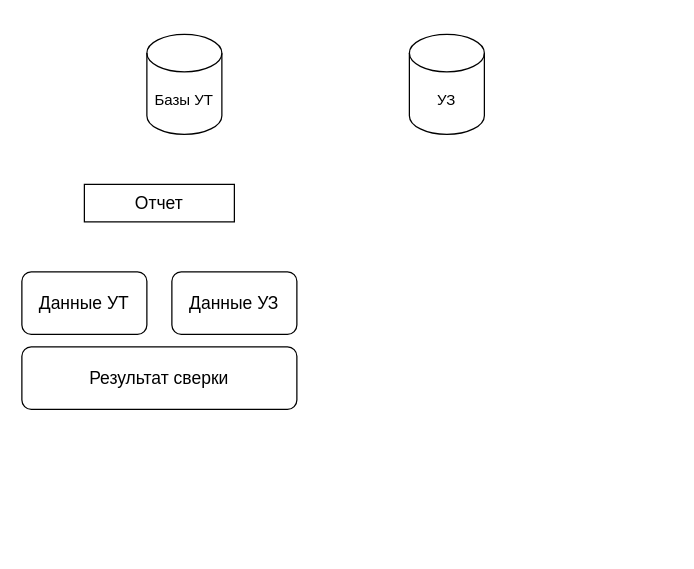
Earlier version of the draw.io diagram SchemeComparePayments_UT_UZ.drawio (GerasimenkoVV/TestGit). Source tidied: cells renumbered, new cells numbered last; positions are measured from the earlier drawing's top-left corner, leaving out a move shared by most shapes. Both pictures are drawn from the tidied source at 125%, with x=0, y=0 at pixel (21, 34).
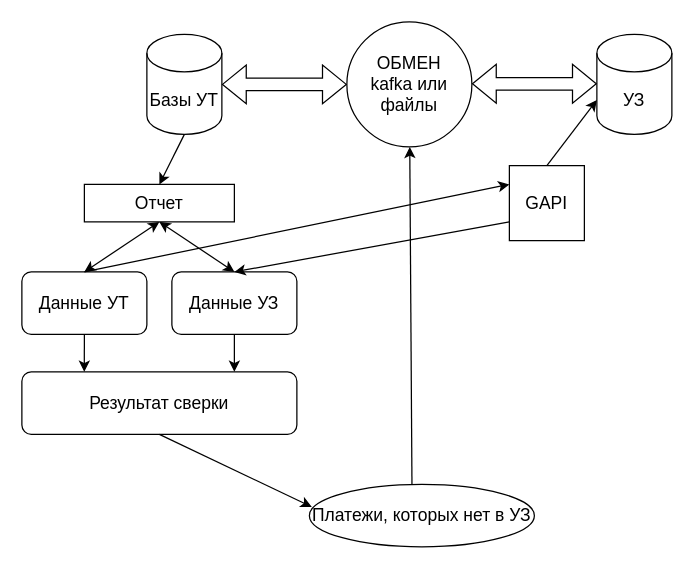
The same page after the edit.

Unchanged cells that the change refers to:
```xml
<mxCell id="4" value="Отчет&lt;br&gt;" style="rounded=0;whiteSpace=wrap;html=1;fontSize=14;" parent="1" vertex="1">
  <mxGeometry x="50" y="120" width="120" height="30" as="geometry" />
</mxCell>
<mxCell id="5" value="Данные УТ&lt;br&gt;" style="rounded=1;whiteSpace=wrap;html=1;fontSize=14;" parent="1" vertex="1">
  <mxGeometry y="190" width="100" height="50" as="geometry" />
</mxCell>
<mxCell id="6" value="Данные УЗ" style="rounded=1;whiteSpace=wrap;html=1;fontSize=14;" parent="1" vertex="1">
  <mxGeometry x="120" y="190" width="100" height="50" as="geometry" />
</mxCell>
```

What changed in the source:
```diff
@@
-    <mxCell id="2" value="Базы УТ&lt;br&gt;" style="shape=cylinder3;whiteSpace=wrap;html=1;boundedLbl=1;backgroundOutline=1;size=15;" parent="1" vertex="1">
+    <mxCell id="2" value="&lt;font style=&quot;font-size: 14px;&quot;&gt;Базы УТ&lt;/font&gt;" style="shape=cylinder3;whiteSpace=wrap;html=1;boundedLbl=1;backgroundOutline=1;size=15;" parent="1" vertex="1">
       <mxGeometry x="100" width="60" height="80" as="geometry" />
     </mxCell>
-    <mxCell id="3" value="УЗ&lt;br&gt;" style="shape=cylinder3;whiteSpace=wrap;html=1;boundedLbl=1;backgroundOutline=1;size=15;" parent="1" vertex="1">
-      <mxGeometry x="310" width="60" height="80" as="geometry" />
+    <mxCell id="3" value="&lt;font style=&quot;font-size: 14px;&quot;&gt;УЗ&lt;/font&gt;" style="shape=cylinder3;whiteSpace=wrap;html=1;boundedLbl=1;backgroundOutline=1;size=15;" parent="1" vertex="1">
+      <mxGeometry x="460" width="60" height="80" as="geometry" />
     </mxCell>
@@
     <mxCell id="7" value="Результат сверки" style="rounded=1;whiteSpace=wrap;html=1;fontSize=14;" parent="1" vertex="1">
-      <mxGeometry y="250" width="220" height="50" as="geometry" />
+      <mxGeometry y="270" width="220" height="50" as="geometry" />
     </mxCell>
+    <mxCell id="8" value="Платежи, которых нет в УЗ&lt;br&gt;" style="ellipse;whiteSpace=wrap;html=1;fontSize=14;" parent="1" vertex="1">
+      <mxGeometry x="230" y="360" width="180" height="50" as="geometry" />
+    </mxCell>
+    <mxCell id="9" value="ОБМЕН&lt;br&gt;kafka или файлы" style="ellipse;whiteSpace=wrap;html=1;fontSize=14;" parent="1" vertex="1">
+      <mxGeometry x="260" y="-10" width="100" height="100" as="geometry" />
+    </mxCell>
+    <mxCell id="10" value="GAPI" style="whiteSpace=wrap;html=1;fontSize=14;" parent="1" vertex="1">
+      <mxGeometry x="390" y="105" width="60" height="60" as="geometry" />
+    </mxCell>
+    <mxCell id="11" style="endArrow=classic;html=1;rounded=0;fontSize=14;entryX=0;entryY=0.25;entryDx=0;entryDy=0;exitX=0.5;exitY=0;exitDx=0;exitDy=0;" parent="1" edge="1" source="5" target="10">
+      <mxGeometry relative="1" as="geometry" />
+    </mxCell>
+    <mxCell id="12" style="endArrow=classic;html=1;rounded=0;fontSize=14;entryX=0.5;entryY=0;entryDx=0;entryDy=0;exitX=0;exitY=0.75;exitDx=0;exitDy=0;" parent="1" edge="1" source="10" target="6">
+      <mxGeometry relative="1" as="geometry" />
+    </mxCell>
+    <mxCell id="13" style="endArrow=classic;html=1;rounded=0;fontSize=14;" parent="1" edge="1" target="5">
+      <mxGeometry relative="1" as="geometry">
+        <mxPoint x="25" y="240" as="sourcePoint" />
+      </mxGeometry>
+    </mxCell>
+    <mxCell id="14" style="endArrow=classic;html=1;rounded=0;fontSize=14;exitX=0.5;exitY=0;exitDx=0;exitDy=0;entryX=0;entryY=0;entryDx=0;entryDy=52.5;entryPerimeter=0;" parent="1" edge="1" source="10" target="3">
+      <mxGeometry relative="1" as="geometry" />
+    </mxCell>
+    <mxCell id="15" style="endArrow=classic;html=1;rounded=0;fontSize=14;exitX=0.456;exitY=0;exitDx=0;exitDy=0;exitPerimeter=0;" parent="1" edge="1" source="8" target="9">
+      <mxGeometry relative="1" as="geometry" />
+    </mxCell>
+    <mxCell id="16" style="shape=flexArrow;endArrow=classic;startArrow=classic;html=1;rounded=0;fontSize=14;entryX=0;entryY=0.5;entryDx=0;entryDy=0;" parent="1" edge="1" target="9">
+      <mxGeometry relative="1" as="geometry">
+        <mxPoint x="160" y="40" as="sourcePoint" />
+      </mxGeometry>
+    </mxCell>
+    <mxCell id="17" style="shape=flexArrow;endArrow=classic;startArrow=classic;html=1;rounded=0;fontSize=14;entryX=0;entryY=0.5;entryDx=0;entryDy=0;" parent="1" edge="1">
+      <mxGeometry relative="1" as="geometry">
+        <mxPoint x="360" y="39.5" as="sourcePoint" />
+        <mxPoint x="460" y="39.5" as="targetPoint" />
+      </mxGeometry>
+    </mxCell>
+    <mxCell id="18" style="endArrow=classic;html=1;rounded=0;fontSize=14;entryX=0.011;entryY=0.36;entryDx=0;entryDy=0;entryPerimeter=0;exitX=0.5;exitY=1;exitDx=0;exitDy=0;" parent="1" edge="1" source="7" target="8">
+      <mxGeometry relative="1" as="geometry" />
+    </mxCell>
+    <mxCell id="19" style="endArrow=classic;html=1;rounded=0;fontSize=14;exitX=0.5;exitY=1;exitDx=0;exitDy=0;" parent="1" edge="1" source="6">
+      <mxGeometry relative="1" as="geometry">
+        <mxPoint x="170" y="270" as="targetPoint" />
+      </mxGeometry>
+    </mxCell>
+    <mxCell id="20" style="endArrow=classic;html=1;rounded=0;fontSize=14;exitX=0.5;exitY=1;exitDx=0;exitDy=0;entryX=0.227;entryY=0;entryDx=0;entryDy=0;entryPerimeter=0;" parent="1" edge="1" source="5" target="7">
+      <mxGeometry relative="1" as="geometry" />
+    </mxCell>
+    <mxCell id="21" style="endArrow=classic;html=1;rounded=0;fontSize=14;exitX=0.5;exitY=1;exitDx=0;exitDy=0;exitPerimeter=0;entryX=0.5;entryY=0;entryDx=0;entryDy=0;" parent="1" edge="1" source="2" target="4">
+      <mxGeometry relative="1" as="geometry" />
+    </mxCell>
+    <mxCell id="22" style="endArrow=classic;startArrow=classic;html=1;rounded=0;fontSize=14;exitX=0.5;exitY=1;exitDx=0;exitDy=0;entryX=0.5;entryY=0;entryDx=0;entryDy=0;" parent="1" edge="1" source="4" target="5">
+      <mxGeometry relative="1" as="geometry" />
+    </mxCell>
+    <mxCell id="23" style="endArrow=classic;startArrow=classic;html=1;rounded=0;fontSize=14;entryX=0.5;entryY=1;entryDx=0;entryDy=0;exitX=0.5;exitY=0;exitDx=0;exitDy=0;" parent="1" edge="1" source="6" target="4">
+      <mxGeometry relative="1" as="geometry" />
+    </mxCell>
```
